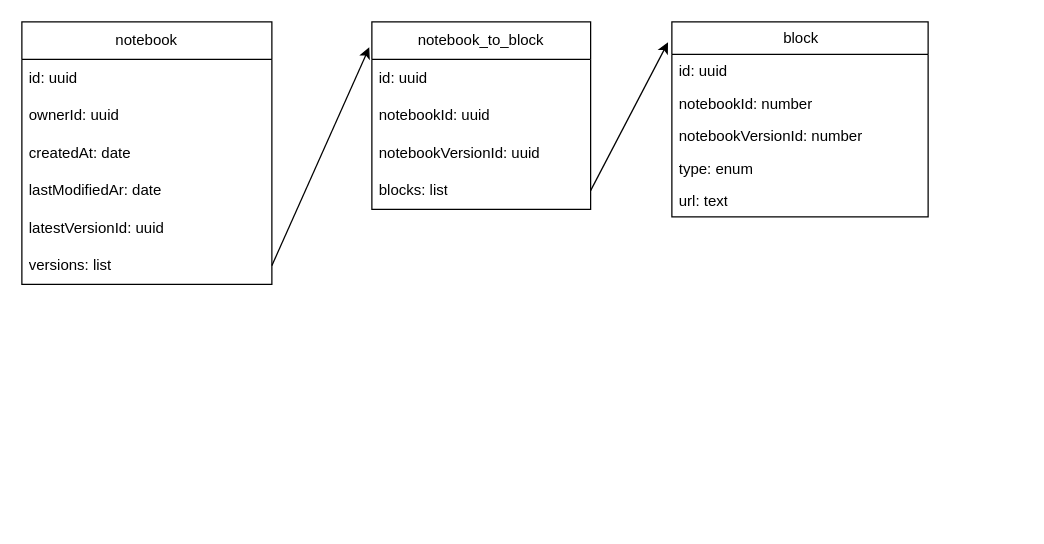
The draw.io diagram tables.dio in matt611/interactive-block-notebook, before the edit. Source tidied: cells renumbered, new cells numbered last; positions are measured from the earlier drawing's top-left corner, leaving out a move shared by most shapes. Both pictures are drawn from the tidied source at 125%, with x=0, y=0 at pixel (21, 21).
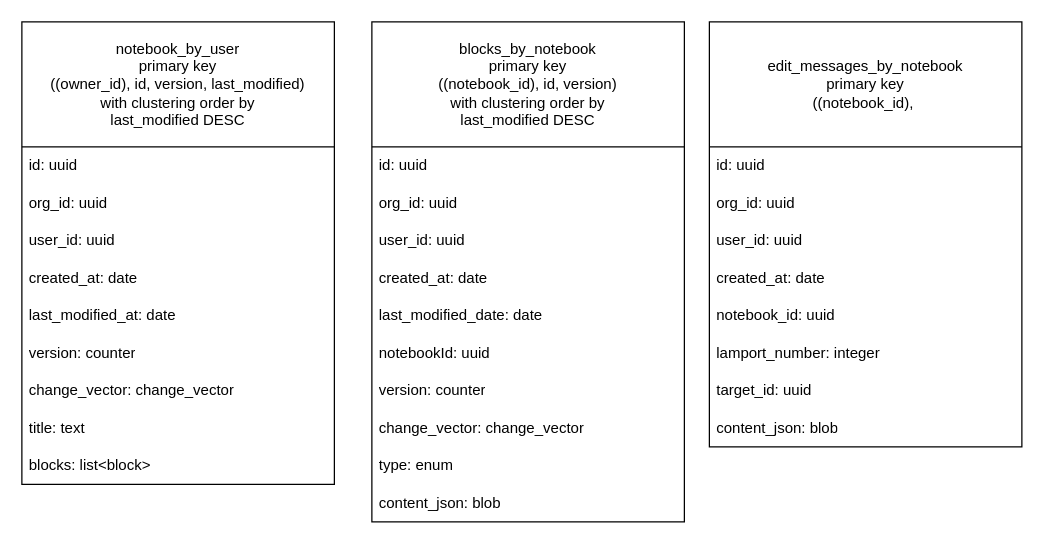
Above is the later version.

Change to the diagram source:
```diff
@@
-    <mxCell id="2" value="notebook" style="swimlane;fontStyle=0;horizontal=1;startSize=30;whiteSpace=wrap;html=1;" parent="1" vertex="1">
-      <mxGeometry width="200" height="210" as="geometry" />
+    <mxCell id="2" value="notebook_by_user&lt;br&gt;primary key&lt;br&gt;((owner_id), id, version, last_modified)&lt;br&gt;with clustering order by&lt;br&gt;last_modified DESC" style="swimlane;fontStyle=0;horizontal=1;startSize=100;whiteSpace=wrap;html=1;" parent="1" vertex="1">
+      <mxGeometry width="250" height="370" as="geometry" />
     </mxCell>
     <mxCell id="3" value="id: uuid" style="text;strokeColor=none;fillColor=none;align=left;verticalAlign=middle;spacingLeft=4;spacingRight=4;overflow=hidden;whiteSpace=wrap;html=1;" parent="2" vertex="1">
-      <mxGeometry y="30" width="200" height="30" as="geometry" />
+      <mxGeometry y="100" width="250" height="30" as="geometry" />
     </mxCell>
-    <mxCell id="4" value="ownerId: uuid" style="text;strokeColor=none;fillColor=none;align=left;verticalAlign=middle;spacingLeft=4;spacingRight=4;overflow=hidden;whiteSpace=wrap;html=1;" parent="2" vertex="1">
-      <mxGeometry y="60" width="200" height="30" as="geometry" />
+    <mxCell id="4" value="org_id: uuid" style="text;strokeColor=none;fillColor=none;align=left;verticalAlign=middle;spacingLeft=4;spacingRight=4;overflow=hidden;whiteSpace=wrap;html=1;" parent="2" vertex="1">
+      <mxGeometry y="130" width="250" height="30" as="geometry" />
     </mxCell>
+    <mxCell id="22" value="user_id: uuid" style="text;strokeColor=none;fillColor=none;align=left;verticalAlign=middle;spacingLeft=4;spacingRight=4;overflow=hidden;whiteSpace=wrap;html=1;" parent="2" vertex="1">
+      <mxGeometry y="160" width="250" height="30" as="geometry" />
+    </mxCell>
-    <mxCell id="5" value="createdAt: date" style="text;strokeColor=none;fillColor=none;align=left;verticalAlign=middle;spacingLeft=4;spacingRight=4;overflow=hidden;whiteSpace=wrap;html=1;" parent="2" vertex="1">
-      <mxGeometry y="90" width="200" height="30" as="geometry" />
+    <mxCell id="5" value="created_at: date" style="text;strokeColor=none;fillColor=none;align=left;verticalAlign=middle;spacingLeft=4;spacingRight=4;overflow=hidden;whiteSpace=wrap;html=1;" parent="2" vertex="1">
+      <mxGeometry y="190" width="250" height="30" as="geometry" />
     </mxCell>
-    <mxCell id="6" value="lastModifiedAr: date" style="text;strokeColor=none;fillColor=none;align=left;verticalAlign=middle;spacingLeft=4;spacingRight=4;overflow=hidden;whiteSpace=wrap;html=1;" parent="2" vertex="1">
-      <mxGeometry y="120" width="200" height="30" as="geometry" />
+    <mxCell id="6" value="last_modified_at: date" style="text;strokeColor=none;fillColor=none;align=left;verticalAlign=middle;spacingLeft=4;spacingRight=4;overflow=hidden;whiteSpace=wrap;html=1;" parent="2" vertex="1">
+      <mxGeometry y="220" width="250" height="30" as="geometry" />
     </mxCell>
-    <mxCell id="7" value="latestVersionId: uuid" style="text;strokeColor=none;fillColor=none;align=left;verticalAlign=middle;spacingLeft=4;spacingRight=4;overflow=hidden;whiteSpace=wrap;html=1;" parent="2" vertex="1">
-      <mxGeometry y="150" width="200" height="30" as="geometry" />
+    <mxCell id="7" value="version: counter" style="text;strokeColor=none;fillColor=none;align=left;verticalAlign=middle;spacingLeft=4;spacingRight=4;overflow=hidden;whiteSpace=wrap;html=1;" parent="2" vertex="1">
+      <mxGeometry y="250" width="250" height="30" as="geometry" />
     </mxCell>
+    <mxCell id="23" value="change_vector: change_vector" style="text;strokeColor=none;fillColor=none;align=left;verticalAlign=middle;spacingLeft=4;spacingRight=4;overflow=hidden;whiteSpace=wrap;html=1;" parent="2" vertex="1">
+      <mxGeometry y="280" width="250" height="30" as="geometry" />
+    </mxCell>
-    <mxCell id="8" value="versions: list" style="text;strokeColor=none;fillColor=none;align=left;verticalAlign=middle;spacingLeft=4;spacingRight=4;overflow=hidden;points=[[0,0.5],[1,0.5]];portConstraint=eastwest;whiteSpace=wrap;html=1;" parent="2" vertex="1">
-      <mxGeometry y="180" width="200" height="30" as="geometry" />
+    <mxCell id="8" value="title: text" style="text;strokeColor=none;fillColor=none;align=left;verticalAlign=middle;spacingLeft=4;spacingRight=4;overflow=hidden;points=[[0,0.5],[1,0.5]];portConstraint=eastwest;whiteSpace=wrap;html=1;" parent="2" vertex="1">
+      <mxGeometry y="310" width="250" height="30" as="geometry" />
     </mxCell>
-    <mxCell id="9" value="block" style="swimlane;fontStyle=0;horizontal=1;startSize=26;fillColor=none;html=1;" parent="1" vertex="1">
-      <mxGeometry x="520" width="205" height="156" as="geometry" />
-    </mxCell>
-    <mxCell id="10" value="id: uuid" style="text;strokeColor=none;fillColor=none;align=left;verticalAlign=top;spacingLeft=4;spacingRight=4;overflow=hidden;whiteSpace=wrap;html=1;" parent="9" vertex="1">
-      <mxGeometry y="26" width="205" height="26" as="geometry" />
-    </mxCell>
-    <mxCell id="11" value="notebookId: number" style="text;strokeColor=none;fillColor=none;align=left;verticalAlign=top;spacingLeft=4;spacingRight=4;overflow=hidden;whiteSpace=wrap;html=1;" parent="9" vertex="1">
-      <mxGeometry y="52" width="205" height="26" as="geometry" />
-    </mxCell>
-    <mxCell id="12" value="notebookVersionId: number" style="text;strokeColor=none;fillColor=none;align=left;verticalAlign=top;spacingLeft=4;spacingRight=4;overflow=hidden;whiteSpace=wrap;html=1;" parent="9" vertex="1">
-      <mxGeometry y="78" width="205" height="26" as="geometry" />
-    </mxCell>
-    <mxCell id="13" value="type: enum" style="text;strokeColor=none;fillColor=none;align=left;verticalAlign=top;spacingLeft=4;spacingRight=4;overflow=hidden;whiteSpace=wrap;html=1;" parent="9" vertex="1">
-      <mxGeometry y="104" width="205" height="26" as="geometry" />
-    </mxCell>
-    <mxCell id="14" value="url: text" style="text;strokeColor=none;fillColor=none;align=left;verticalAlign=top;spacingLeft=4;spacingRight=4;overflow=hidden;whiteSpace=wrap;html=1;" parent="9" vertex="1">
-      <mxGeometry y="130" width="205" height="26" as="geometry" />
-    </mxCell>
+    <mxCell id="24" value="blocks: list&amp;lt;block&amp;gt;" style="text;strokeColor=none;fillColor=none;align=left;verticalAlign=middle;spacingLeft=4;spacingRight=4;overflow=hidden;whiteSpace=wrap;html=1;" parent="2" vertex="1">
+      <mxGeometry y="340" width="250" height="30" as="geometry" />
+    </mxCell>
-    <mxCell id="15" value="notebook_to_block" style="swimlane;fontStyle=0;horizontal=1;startSize=30;whiteSpace=wrap;html=1;" parent="1" vertex="1">
-      <mxGeometry x="280" width="175" height="150" as="geometry" />
+    <mxCell id="15" value="blocks_by_notebook&lt;br&gt;primary key&lt;br&gt;((notebook_id), id, version)&lt;br&gt;with clustering order by&lt;br&gt;last_modified DESC" style="swimlane;fontStyle=0;horizontal=1;startSize=100;whiteSpace=wrap;html=1;" parent="1" vertex="1">
+      <mxGeometry x="280" width="250" height="400" as="geometry" />
     </mxCell>
     <mxCell id="16" value="id: uuid" style="text;strokeColor=none;fillColor=none;align=left;verticalAlign=middle;spacingLeft=4;spacingRight=4;overflow=hidden;whiteSpace=wrap;html=1;" parent="15" vertex="1">
-      <mxGeometry y="30" width="175" height="30" as="geometry" />
+      <mxGeometry y="100" width="250" height="30" as="geometry" />
     </mxCell>
+    <mxCell id="25" value="org_id: uuid" style="text;strokeColor=none;fillColor=none;align=left;verticalAlign=middle;spacingLeft=4;spacingRight=4;overflow=hidden;whiteSpace=wrap;html=1;" parent="15" vertex="1">
+      <mxGeometry y="130" width="250" height="30" as="geometry" />
+    </mxCell>
+    <mxCell id="26" value="user_id: uuid" style="text;strokeColor=none;fillColor=none;align=left;verticalAlign=middle;spacingLeft=4;spacingRight=4;overflow=hidden;whiteSpace=wrap;html=1;" parent="15" vertex="1">
+      <mxGeometry y="160" width="250" height="30" as="geometry" />
+    </mxCell>
+    <mxCell id="27" value="created_at: date" style="text;strokeColor=none;fillColor=none;align=left;verticalAlign=middle;spacingLeft=4;spacingRight=4;overflow=hidden;whiteSpace=wrap;html=1;" parent="15" vertex="1">
+      <mxGeometry y="190" width="250" height="30" as="geometry" />
+    </mxCell>
+    <mxCell id="28" value="last_modified_date: date" style="text;strokeColor=none;fillColor=none;align=left;verticalAlign=middle;spacingLeft=4;spacingRight=4;overflow=hidden;whiteSpace=wrap;html=1;" parent="15" vertex="1">
+      <mxGeometry y="220" width="250" height="30" as="geometry" />
+    </mxCell>
     <mxCell id="17" value="notebookId: uuid" style="text;strokeColor=none;fillColor=none;align=left;verticalAlign=middle;spacingLeft=4;spacingRight=4;overflow=hidden;whiteSpace=wrap;html=1;" parent="15" vertex="1">
-      <mxGeometry y="60" width="175" height="30" as="geometry" />
+      <mxGeometry y="250" width="250" height="30" as="geometry" />
     </mxCell>
-    <mxCell id="18" value="notebookVersionId: uuid&lt;span style=&quot;white-space: pre;&quot;&gt;&#9;&lt;/span&gt;" style="text;strokeColor=none;fillColor=none;align=left;verticalAlign=middle;spacingLeft=4;spacingRight=4;overflow=hidden;whiteSpace=wrap;html=1;" parent="15" vertex="1">
-      <mxGeometry y="90" width="175" height="30" as="geometry" />
+    <mxCell id="18" value="version: counter" style="text;strokeColor=none;fillColor=none;align=left;verticalAlign=middle;spacingLeft=4;spacingRight=4;overflow=hidden;whiteSpace=wrap;html=1;" parent="15" vertex="1">
+      <mxGeometry y="280" width="250" height="30" as="geometry" />
     </mxCell>
+    <mxCell id="29" value="change_vector: change_vector" style="text;strokeColor=none;fillColor=none;align=left;verticalAlign=middle;spacingLeft=4;spacingRight=4;overflow=hidden;whiteSpace=wrap;html=1;" parent="15" vertex="1">
+      <mxGeometry y="310" width="250" height="30" as="geometry" />
+    </mxCell>
+    <mxCell id="13" value="type: enum" style="text;strokeColor=none;fillColor=none;align=left;verticalAlign=middle;spacingLeft=4;spacingRight=4;overflow=hidden;whiteSpace=wrap;html=1;" parent="15" vertex="1">
+      <mxGeometry y="340" width="250" height="30" as="geometry" />
+    </mxCell>
-    <mxCell id="19" value="blocks: list" style="text;strokeColor=none;fillColor=none;align=left;verticalAlign=middle;spacingLeft=4;spacingRight=4;overflow=hidden;points=[[0,0.5],[1,0.5]];portConstraint=eastwest;whiteSpace=wrap;html=1;" parent="15" vertex="1">
-      <mxGeometry y="120" width="175" height="30" as="geometry" />
+    <mxCell id="19" value="content_json: blob" style="text;strokeColor=none;fillColor=none;align=left;verticalAlign=middle;spacingLeft=4;spacingRight=4;overflow=hidden;points=[[0,0.5],[1,0.5]];portConstraint=eastwest;whiteSpace=wrap;html=1;" parent="15" vertex="1">
+      <mxGeometry y="370" width="250" height="30" as="geometry" />
     </mxCell>
-    <mxCell id="20" style="edgeStyle=none;html=1;exitX=1;exitY=0.5;exitDx=0;exitDy=0;entryX=-0.012;entryY=0.136;entryDx=0;entryDy=0;entryPerimeter=0;" parent="1" edge="1" source="8" target="15">
-      <mxGeometry relative="1" as="geometry" />
-    </mxCell>
-    <mxCell id="21" style="edgeStyle=none;html=1;exitX=1;exitY=0.5;exitDx=0;exitDy=0;entryX=-0.015;entryY=0.105;entryDx=0;entryDy=0;entryPerimeter=0;" parent="1" edge="1" source="19" target="9">
-      <mxGeometry relative="1" as="geometry" />
-    </mxCell>
+    <mxCell id="30" value="edit_messages_by_notebook&lt;br&gt;primary key&lt;br&gt;((notebook_id),&amp;nbsp;" style="swimlane;fontStyle=0;horizontal=1;startSize=100;whiteSpace=wrap;html=1;" parent="1" vertex="1">
+      <mxGeometry x="550" width="250" height="340" as="geometry" />
+    </mxCell>
+    <mxCell id="10" value="id: uuid" style="text;strokeColor=none;fillColor=none;align=left;verticalAlign=middle;spacingLeft=4;spacingRight=4;overflow=hidden;whiteSpace=wrap;html=1;" parent="30" vertex="1">
+      <mxGeometry y="100" width="250" height="30" as="geometry" />
+    </mxCell>
+    <mxCell id="31" value="org_id: uuid" style="text;strokeColor=none;fillColor=none;align=left;verticalAlign=middle;spacingLeft=4;spacingRight=4;overflow=hidden;whiteSpace=wrap;html=1;" parent="30" vertex="1">
+      <mxGeometry y="130" width="250" height="30" as="geometry" />
+    </mxCell>
+    <mxCell id="32" value="user_id: uuid" style="text;strokeColor=none;fillColor=none;align=left;verticalAlign=middle;spacingLeft=4;spacingRight=4;overflow=hidden;whiteSpace=wrap;html=1;" parent="30" vertex="1">
+      <mxGeometry y="160" width="250" height="30" as="geometry" />
+    </mxCell>
+    <mxCell id="33" value="created_at: date" style="text;strokeColor=none;fillColor=none;align=left;verticalAlign=middle;spacingLeft=4;spacingRight=4;overflow=hidden;whiteSpace=wrap;html=1;" parent="30" vertex="1">
+      <mxGeometry y="190" width="250" height="30" as="geometry" />
+    </mxCell>
+    <mxCell id="34" value="notebook_id: uuid" style="text;strokeColor=none;fillColor=none;align=left;verticalAlign=middle;spacingLeft=4;spacingRight=4;overflow=hidden;whiteSpace=wrap;html=1;" parent="30" vertex="1">
+      <mxGeometry y="220" width="250" height="30" as="geometry" />
+    </mxCell>
+    <mxCell id="35" value="lamport_number: integer" style="text;strokeColor=none;fillColor=none;align=left;verticalAlign=middle;spacingLeft=4;spacingRight=4;overflow=hidden;whiteSpace=wrap;html=1;" parent="30" vertex="1">
+      <mxGeometry y="250" width="250" height="30" as="geometry" />
+    </mxCell>
+    <mxCell id="36" value="target_id: uuid" style="text;strokeColor=none;fillColor=none;align=left;verticalAlign=middle;spacingLeft=4;spacingRight=4;overflow=hidden;whiteSpace=wrap;html=1;" parent="30" vertex="1">
+      <mxGeometry y="280" width="250" height="30" as="geometry" />
+    </mxCell>
+    <mxCell id="37" value="content_json: blob" style="text;strokeColor=none;fillColor=none;align=left;verticalAlign=middle;spacingLeft=4;spacingRight=4;overflow=hidden;whiteSpace=wrap;html=1;" parent="30" vertex="1">
+      <mxGeometry y="310" width="250" height="30" as="geometry" />
+    </mxCell>
```
